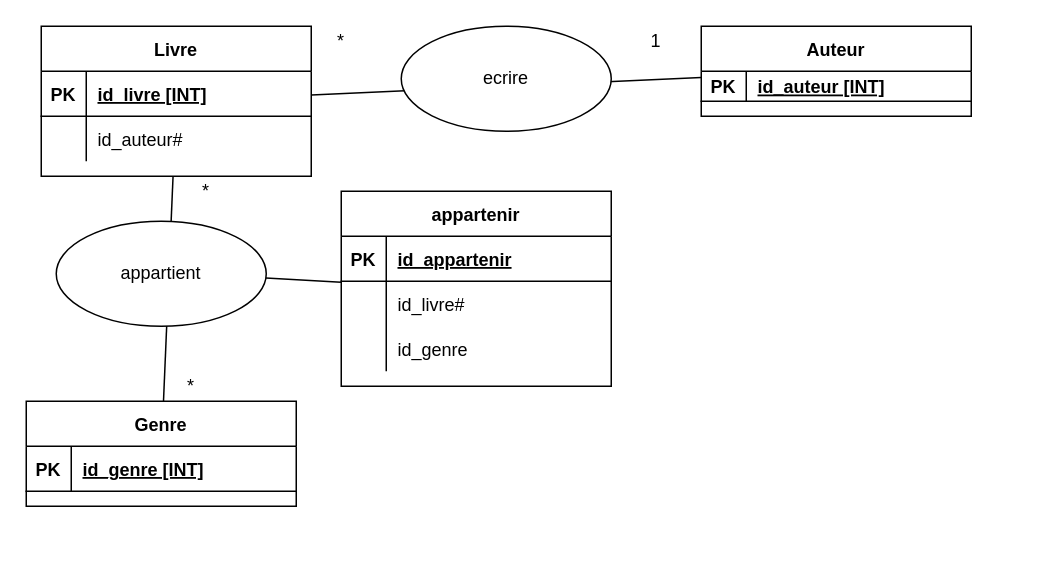
Earlier version of the draw.io diagram Untitled Diagram.drawio (Pakulic/Maquettage_Site_web). Source tidied: cells renumbered, new cells numbered last; positions are measured from the earlier drawing's top-left corner, leaving out a move shared by most shapes. Both pictures are drawn from the tidied source at 150%, with x=0, y=0 at pixel (26, 26).
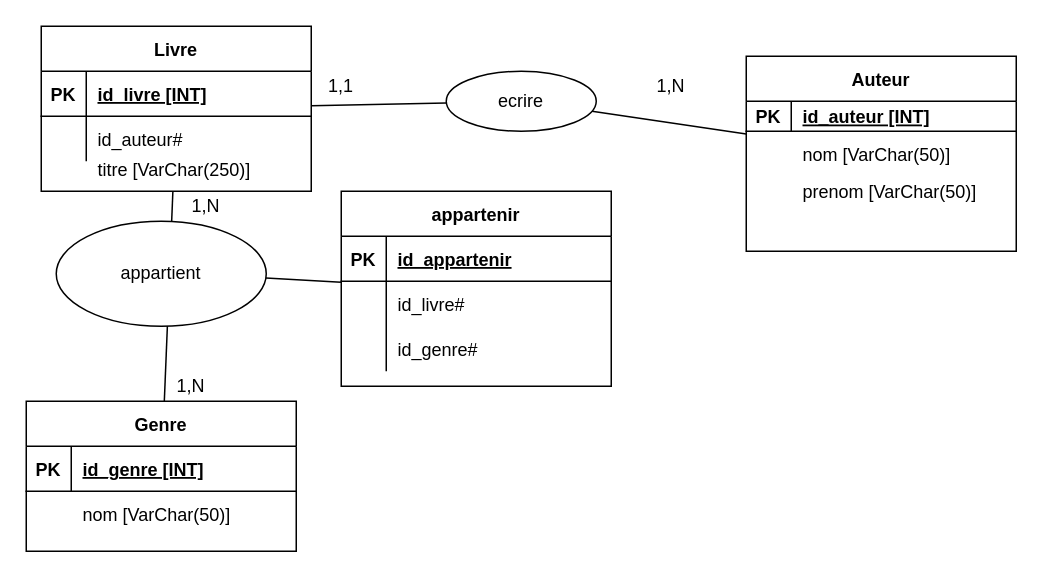
After the change.

The change refers to these unchanged cells:
```xml
<mxCell id="32" style="shape=partialRectangle;fillColor=none;top=0;left=0;bottom=0;right=0;" parent="25" vertex="1">
  <mxGeometry y="90" width="180" height="30" as="geometry" />
</mxCell>
```

Change to the diagram source:
```diff
@@
     <mxCell id="2" value="Auteur" style="shape=table;startSize=30;childLayout=tableLayout;rowLines=0;fontStyle=1;align=center;" parent="1" vertex="1">
-      <mxGeometry x="450" width="180" height="60" as="geometry" />
+      <mxGeometry x="480" y="20" width="180" height="130" as="geometry" />
     </mxCell>
@@
-    <mxCell id="6" value="*" style="text;html=1;strokeColor=none;fillColor=none;align=center;verticalAlign=middle;whiteSpace=wrap;rounded=0;" parent="1" vertex="1">
-      <mxGeometry x="190" width="40" height="20" as="geometry" />
+    <mxCell id="6" value="1,1" style="text;html=1;strokeColor=none;fillColor=none;align=center;verticalAlign=middle;whiteSpace=wrap;rounded=0;" parent="1" vertex="1">
+      <mxGeometry x="190" y="30" width="40" height="20" as="geometry" />
     </mxCell>
-    <mxCell id="7" value="1" style="text;html=1;strokeColor=none;fillColor=none;align=center;verticalAlign=middle;whiteSpace=wrap;rounded=0;" parent="1" vertex="1">
-      <mxGeometry x="400" width="40" height="20" as="geometry" />
+    <mxCell id="7" value="1,N" style="text;html=1;strokeColor=none;fillColor=none;align=center;verticalAlign=middle;whiteSpace=wrap;rounded=0;" parent="1" vertex="1">
+      <mxGeometry x="410" y="30" width="40" height="20" as="geometry" />
     </mxCell>
     <mxCell id="8" value="Genre" style="shape=table;startSize=30;childLayout=tableLayout;rowLines=0;fontStyle=1;align=center;" parent="1" vertex="1">
-      <mxGeometry y="250" width="180" height="70" as="geometry" />
+      <mxGeometry y="250" width="180" height="100" as="geometry" />
     </mxCell>
@@
     <mxCell id="13" value="Livre" style="shape=table;startSize=30;childLayout=tableLayout;rowLines=0;fontStyle=1;align=center;" parent="1" vertex="1">
-      <mxGeometry x="10" width="180" height="100" as="geometry" />
+      <mxGeometry x="10" width="180" height="110" as="geometry" />
     </mxCell>
@@
-    <mxCell id="20" style="endArrow=none;html=1;rounded=0;" parent="1" edge="1" source="13" target="2">
+    <mxCell id="20" style="endArrow=none;html=1;rounded=0;startArrow=none;" parent="1" edge="1" source="21" target="2">
       <mxGeometry relative="1" as="geometry" />
     </mxCell>
-    <mxCell id="21" value="ecrire" style="ellipse;whiteSpace=wrap;html=1;" parent="1" vertex="1">
-      <mxGeometry x="250" width="140" height="70" as="geometry" />
-    </mxCell>
@@
-    <mxCell id="23" value="*" style="text;html=1;strokeColor=none;fillColor=none;align=center;verticalAlign=middle;whiteSpace=wrap;rounded=0;" parent="1" vertex="1">
+    <mxCell id="23" value="1,N" style="text;html=1;strokeColor=none;fillColor=none;align=center;verticalAlign=middle;whiteSpace=wrap;rounded=0;" parent="1" vertex="1">
       <mxGeometry x="90" y="230" width="40" height="20" as="geometry" />
     </mxCell>
-    <mxCell id="24" value="*" style="text;html=1;strokeColor=none;fillColor=none;align=center;verticalAlign=middle;whiteSpace=wrap;rounded=0;" parent="1" vertex="1">
-      <mxGeometry x="100" y="100" width="40" height="20" as="geometry" />
+    <mxCell id="24" value="1,N" style="text;html=1;strokeColor=none;fillColor=none;align=center;verticalAlign=middle;whiteSpace=wrap;rounded=0;" parent="1" vertex="1">
+      <mxGeometry x="100" y="110" width="40" height="20" as="geometry" />
     </mxCell>
@@
-    <mxCell id="34" value="id_genre" style="shape=partialRectangle;fillColor=none;top=0;left=0;bottom=0;right=0;align=left;spacingLeft=6;overflow=hidden;" parent="32" vertex="1">
+    <mxCell id="34" value="id_genre#" style="shape=partialRectangle;fillColor=none;top=0;left=0;bottom=0;right=0;align=left;spacingLeft=6;overflow=hidden;" parent="32" vertex="1">
       <mxGeometry x="30" width="150" height="30" as="geometry" />
     </mxCell>
@@
+    <mxCell id="21" value="ecrire" style="ellipse;whiteSpace=wrap;html=1;align=center;" parent="1" vertex="1">
+      <mxGeometry x="280" y="30" width="100" height="40" as="geometry" />
+    </mxCell>
+    <mxCell id="36" style="endArrow=none;html=1;rounded=0;" parent="1" edge="1" source="13" target="21">
+      <mxGeometry relative="1" as="geometry" />
+    </mxCell>
+    <mxCell id="37" value="nom  [VarChar(50)]" style="shape=partialRectangle;fillColor=none;top=0;left=0;bottom=0;right=0;align=left;spacingLeft=6;overflow=hidden;" parent="1" vertex="1">
+      <mxGeometry x="30" y="310" width="150" height="30" as="geometry" />
+    </mxCell>
+    <mxCell id="38" value="nom  [VarChar(50)]" style="shape=partialRectangle;fillColor=none;top=0;left=0;bottom=0;right=0;align=left;spacingLeft=6;overflow=hidden;" parent="1" vertex="1">
+      <mxGeometry x="510" y="70" width="150" height="30" as="geometry" />
+    </mxCell>
+    <mxCell id="39" value="prenom [VarChar(50)]" style="shape=partialRectangle;fillColor=none;top=0;left=0;bottom=0;right=0;align=left;spacingLeft=6;overflow=hidden;" parent="1" vertex="1">
+      <mxGeometry x="510" y="95" width="150" height="30" as="geometry" />
+    </mxCell>
+    <mxCell id="40" style="shape=partialRectangle;fillColor=none;top=0;left=0;bottom=0;right=0;" parent="1" vertex="1">
+      <mxGeometry x="10" y="80" width="180" height="30" as="geometry" />
+    </mxCell>
+    <mxCell id="41" style="shape=partialRectangle;fillColor=none;top=0;left=0;bottom=0;right=0;overflow=hidden;" parent="40" vertex="1">
+      <mxGeometry width="30" height="30" as="geometry" />
+    </mxCell>
+    <mxCell id="42" value="titre [VarChar(250)]" style="shape=partialRectangle;fillColor=none;top=0;left=0;bottom=0;right=0;align=left;spacingLeft=6;overflow=hidden;" parent="40" vertex="1">
+      <mxGeometry x="30" width="150" height="30" as="geometry" />
+    </mxCell>
```
